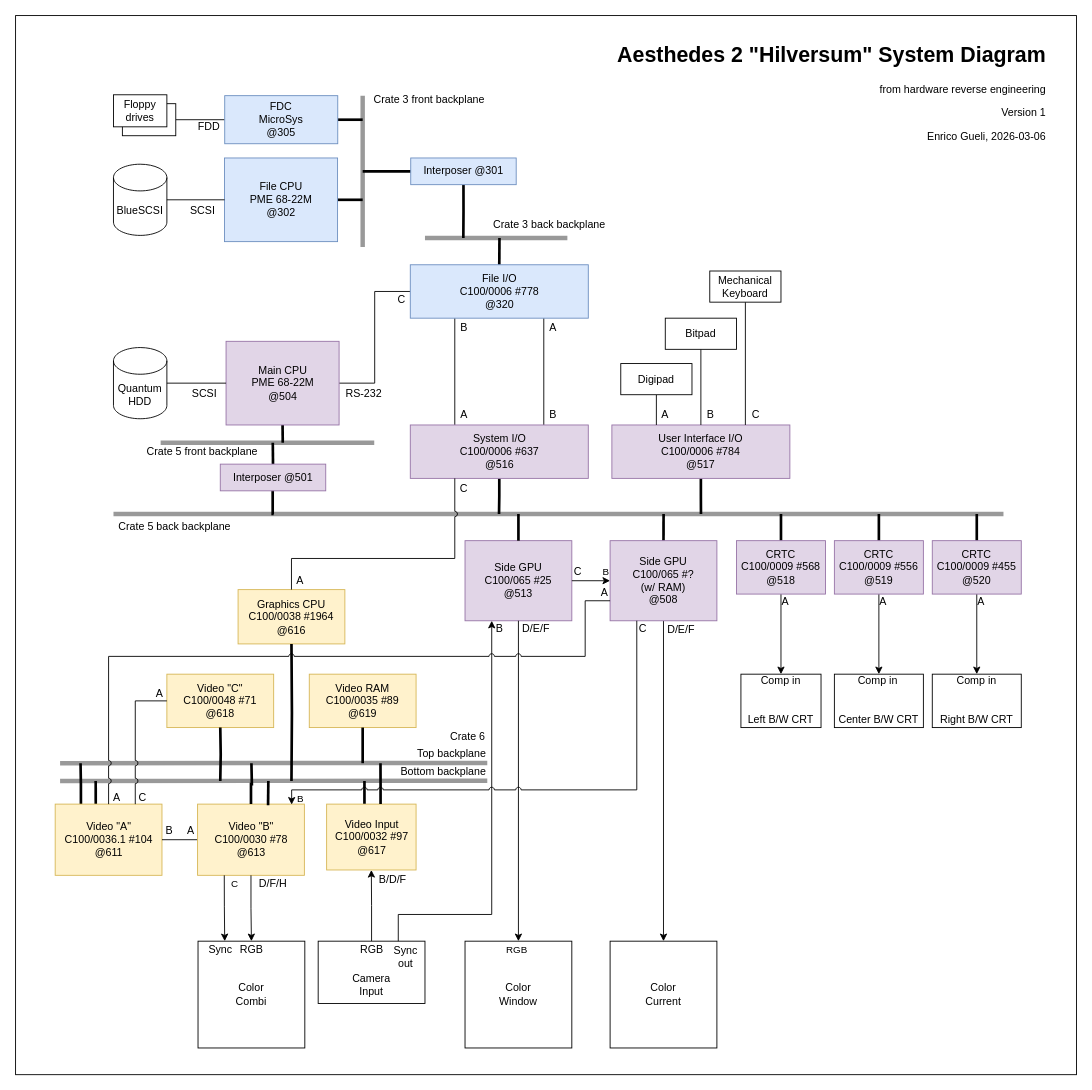
Before: page "Block diagram" (2 of 2) of hardware/Aesthedes 2 HW.drawio in egueli/Aesthedes-notes, a draw.io diagram. Source tidied: cells renumbered, new cells numbered last; positions are measured from the earlier drawing's top-left corner, leaving out a move shared by most shapes. Both pictures are drawn from the tidied source at 89%, with x=0, y=0 at pixel (15, 15).
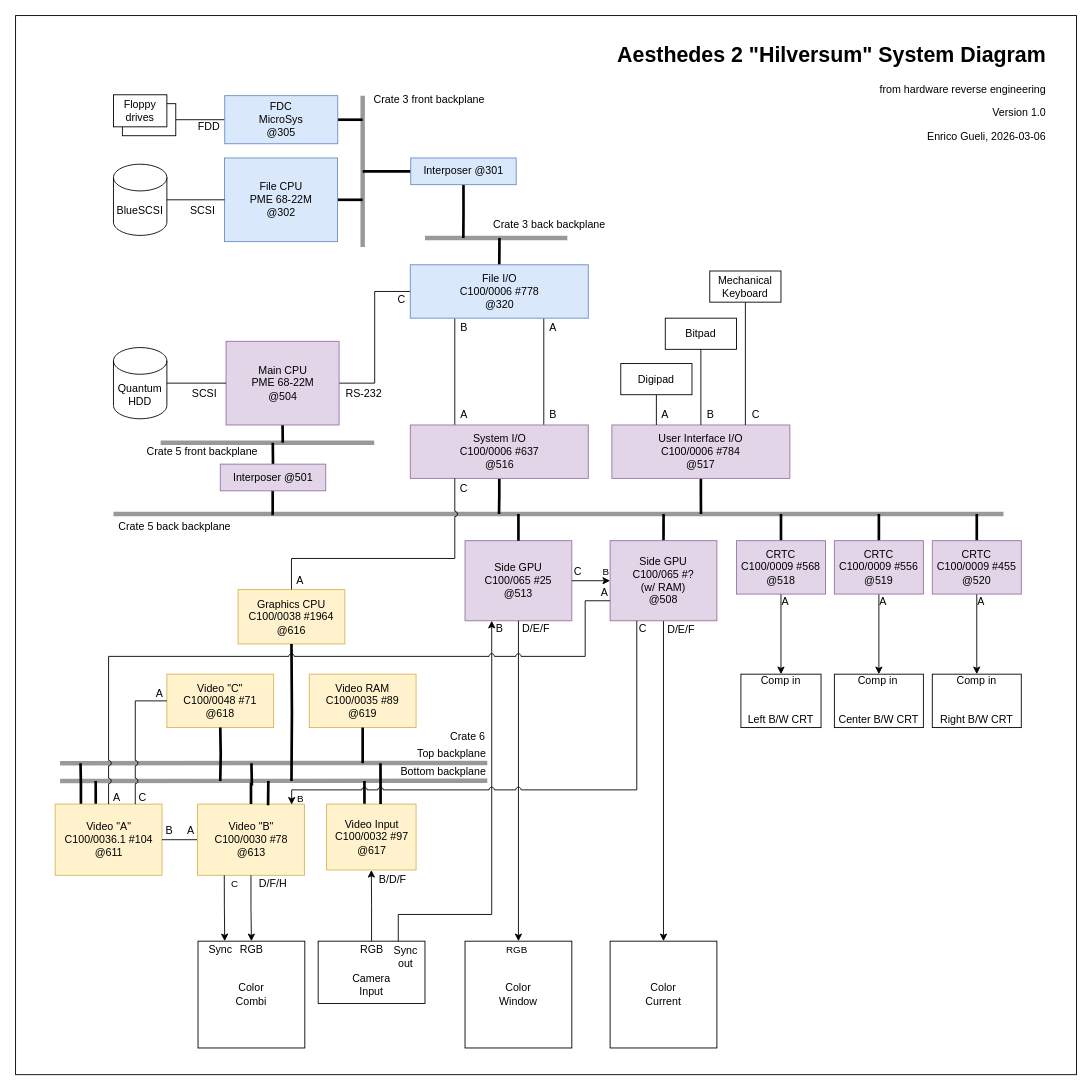
Above is the later version.

The edit, as a diff of the source:
```diff
@@
-    <mxCell id="139" value="&lt;h1 style=&quot;margin-top: 0px;&quot;&gt;Aesthedes 2 &quot;Hilversum&quot; System Diagram&lt;/h1&gt;&lt;div&gt;from hardware reverse engineering&lt;/div&gt;&lt;p&gt;Version 1&lt;/p&gt;&lt;p&gt;Enrico Gueli, 2026-03-06&lt;/p&gt;" style="text;html=1;whiteSpace=wrap;overflow=hidden;rounded=0;align=right;" parent="1" vertex="1">
+    <mxCell id="139" value="&lt;h1 style=&quot;margin-top: 0px;&quot;&gt;Aesthedes 2 &quot;Hilversum&quot; System Diagram&lt;/h1&gt;&lt;div&gt;from hardware reverse engineering&lt;/div&gt;&lt;p&gt;Version 1.0&lt;/p&gt;&lt;p&gt;Enrico Gueli, 2026-03-06&lt;/p&gt;" style="text;html=1;whiteSpace=wrap;overflow=hidden;rounded=0;align=right;" parent="1" vertex="1">
       <mxGeometry x="630" y="24" width="530" height="120" as="geometry" />
     </mxCell>
```
